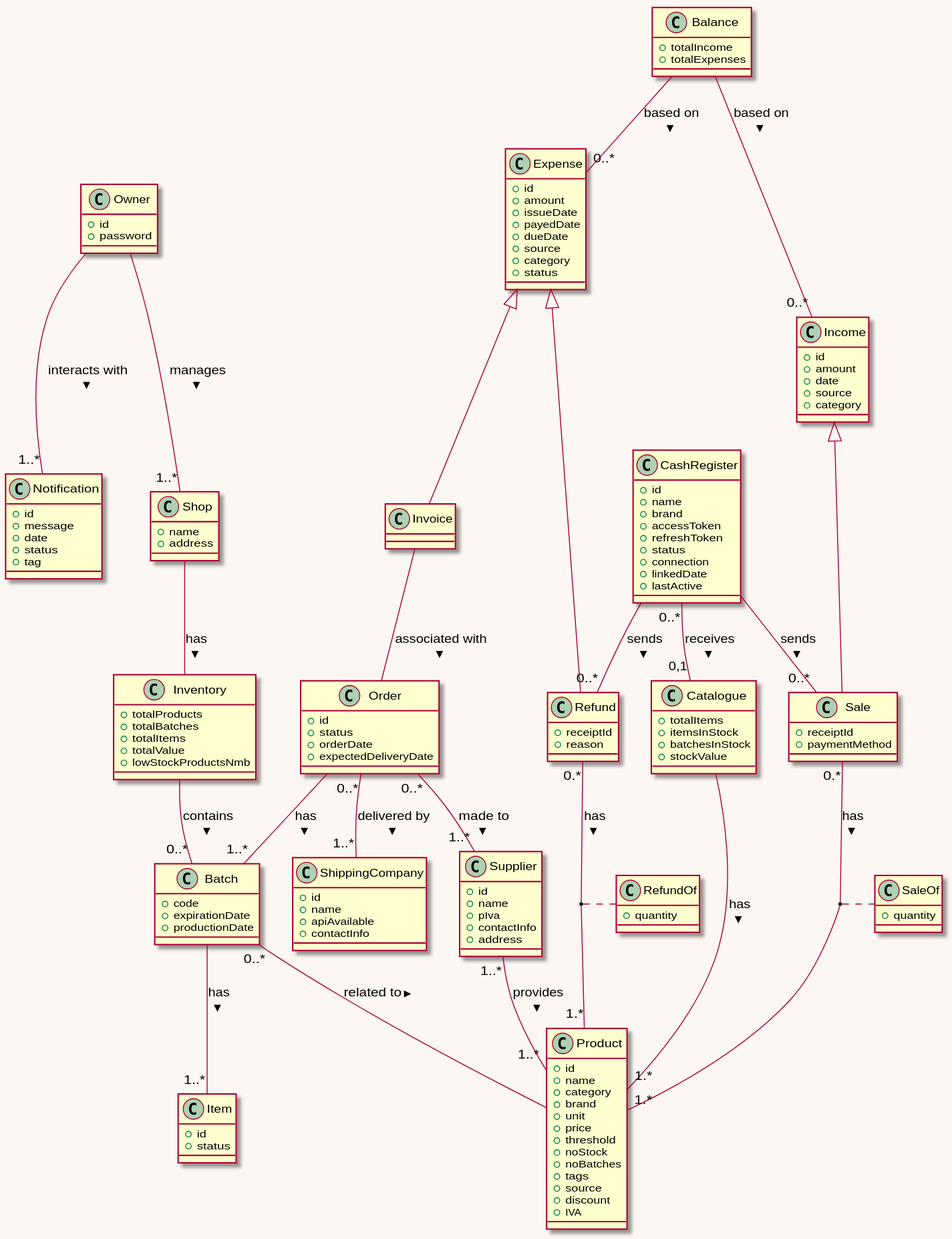
Giuseppeclv008/Project keeps this PlantUML diagram as res/plantuml/glossaryDiagram.svg. Above is the earlier version.
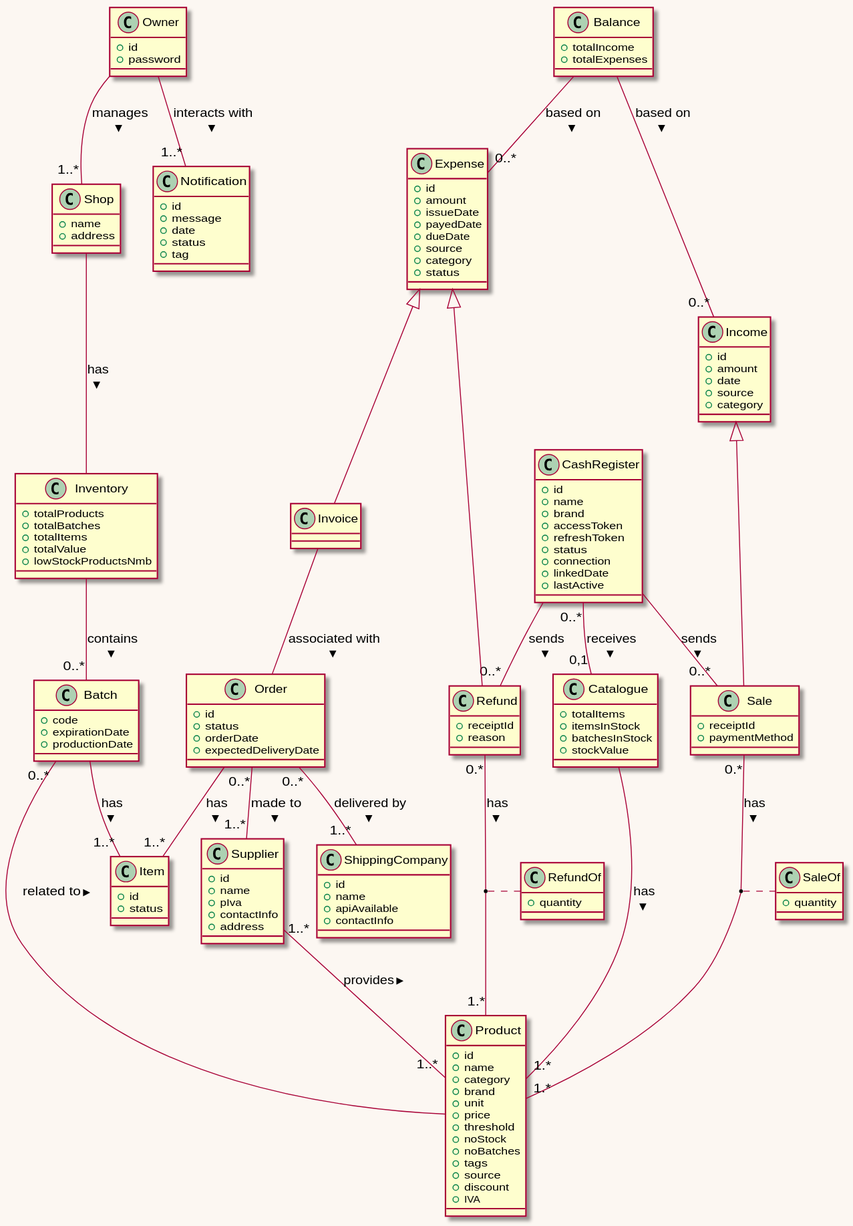
Above is the later version.

Commit message:
fix: 'order' --> 'batch' relationship

Change to the diagram source:
```diff
@@ -155,7 +155,7 @@
 
 Batch  -- "1..*" Item: > has
 
-Order  -- "1..*" Batch: > has
+Order  -- "1..*" Item: > has
 Order "0..*" -- "1..*" Supplier: > made to
 Order "0..*" -- "1..*" ShippingCompany: > delivered by
 
```
